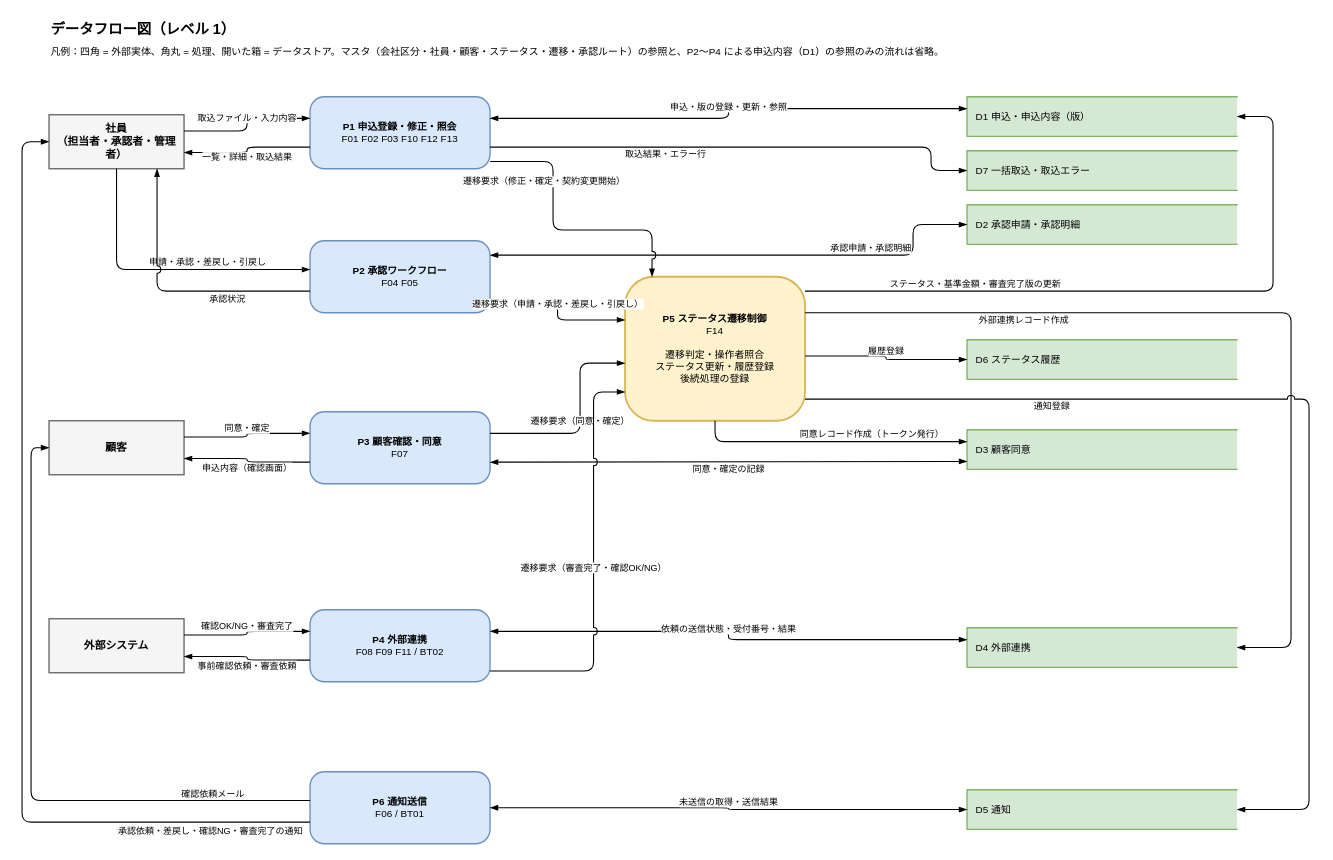
yasudaProduct/JavaServletSample2 keeps this draw.io diagram as docs/diagrams/dfd.drawio. Above is the earlier version. Source tidied: cells renumbered, new cells numbered last; positions are measured from the earlier drawing's top-left corner, leaving out a move shared by most shapes. Both pictures are drawn from the tidied source at 90%, with x=0, y=0 at pixel (22, 15).
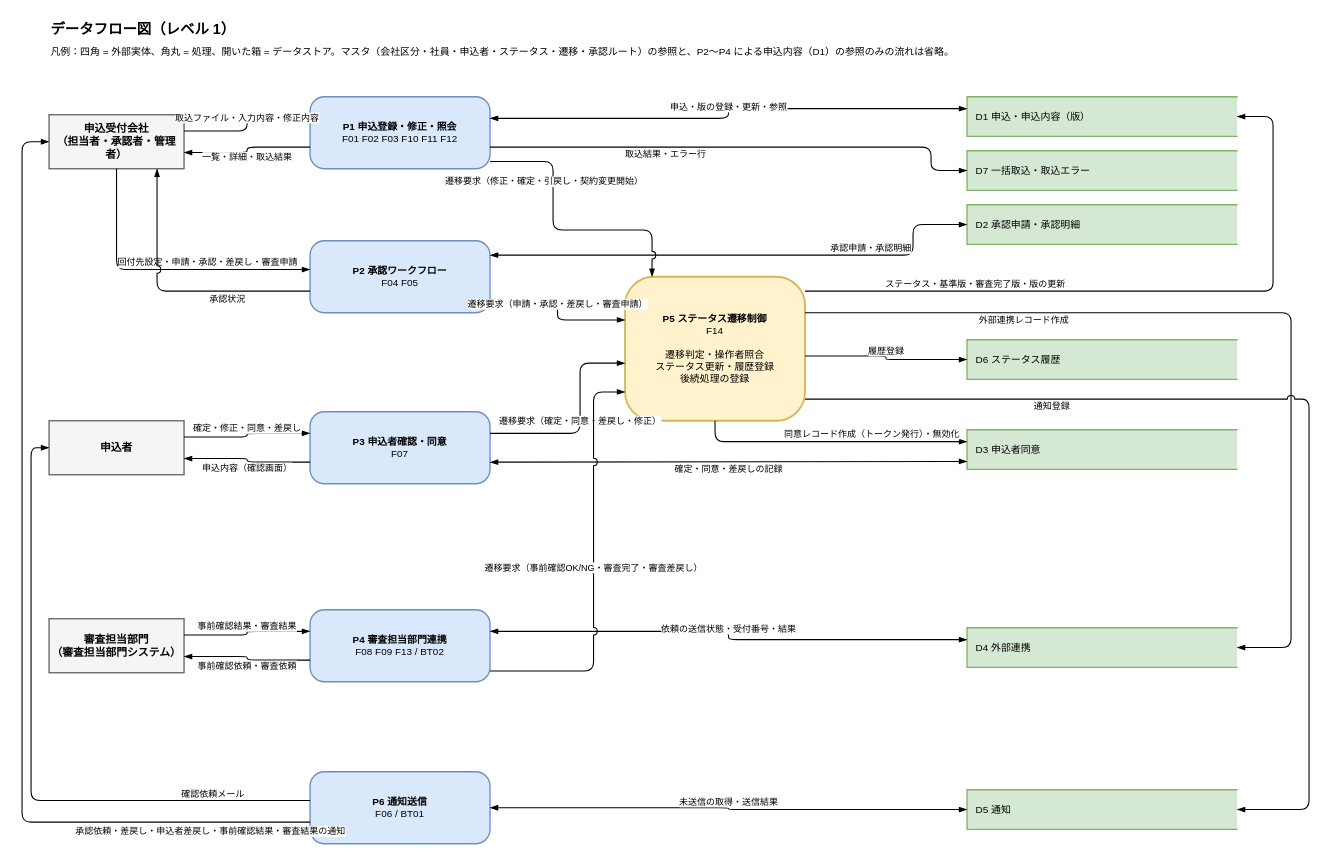
The same page after the edit.

Unchanged cells that the change refers to:
```xml
<mxCell id="8" value="&lt;b&gt;P2 承認ワークフロー&lt;/b&gt;&lt;br&gt;F04 F05" style="rounded=1;whiteSpace=wrap;html=1;fillColor=#dae8fc;strokeColor=#6c8ebf;fontSize=11;strokeWidth=1.5;arcSize=20;" parent="1" vertex="1">
  <mxGeometry x="320" y="250" width="200" height="80" as="geometry" />
</mxCell>
<mxCell id="11" value="&lt;b&gt;P6 通知送信&lt;/b&gt;&lt;br&gt;F06 / BT01" style="rounded=1;whiteSpace=wrap;html=1;fillColor=#dae8fc;strokeColor=#6c8ebf;fontSize=11;strokeWidth=1.5;arcSize=20;" parent="1" vertex="1">
  <mxGeometry x="320" y="840" width="200" height="80" as="geometry" />
</mxCell>
<mxCell id="12" value="&lt;b&gt;P5 ステータス遷移制御&lt;/b&gt;&lt;br&gt;F14&lt;br&gt;&lt;br&gt;遷移判定・操作者照合&lt;br&gt;ステータス更新・履歴登録&lt;br&gt;後続処理の登録" style="rounded=1;whiteSpace=wrap;html=1;fillColor=#fff2cc;strokeColor=#d6b656;fontSize=11;strokeWidth=2;arcSize=20;" parent="1" vertex="1">
  <mxGeometry x="670" y="290" width="200" height="160" as="geometry" />
</mxCell>
<mxCell id="13" value="D1 申込・申込内容（版）" style="shape=partialRectangle;whiteSpace=wrap;html=1;right=0;fillColor=#d5e8d4;strokeColor=#82b366;align=left;spacingLeft=8;fontSize=11;strokeWidth=1.5;" parent="1" vertex="1">
  <mxGeometry x="1050" y="90" width="300" height="44" as="geometry" />
</mxCell>
```

What changed in the source:
```diff
@@
-    <mxCell id="3" value="凡例：四角 = 外部実体、角丸 = 処理、開いた箱 = データストア。マスタ（会社区分・社員・顧客・ステータス・遷移・承認ルート）の参照と、P2〜P4 による申込内容（D1）の参照のみの流れは省略。" style="text;html=1;align=left;verticalAlign=middle;fontSize=11;" parent="1" vertex="1">
+    <mxCell id="3" value="凡例：四角 = 外部実体、角丸 = 処理、開いた箱 = データストア。マスタ（会社区分・社員・申込者・ステータス・遷移・承認ルート）の参照と、P2〜P4 による申込内容（D1）の参照のみの流れは省略。" style="text;html=1;align=left;verticalAlign=middle;fontSize=11;" parent="1" vertex="1">
       <mxGeometry x="30" y="30" width="1300" height="20" as="geometry" />
     </mxCell>
-    <mxCell id="4" value="社員&lt;br&gt;（担当者・承認者・管理者）" style="rounded=0;whiteSpace=wrap;html=1;fillColor=#f5f5f5;strokeColor=#666666;fontStyle=1;fontSize=12;strokeWidth=1.5;" parent="1" vertex="1">
+    <mxCell id="4" value="申込受付会社&lt;br&gt;（担当者・承認者・管理者）" style="rounded=0;whiteSpace=wrap;html=1;fillColor=#f5f5f5;strokeColor=#666666;fontStyle=1;fontSize=12;strokeWidth=1.5;" parent="1" vertex="1">
       <mxGeometry x="30" y="110" width="150" height="60" as="geometry" />
     </mxCell>
-    <mxCell id="5" value="顧客" style="rounded=0;whiteSpace=wrap;html=1;fillColor=#f5f5f5;strokeColor=#666666;fontStyle=1;fontSize=12;strokeWidth=1.5;" parent="1" vertex="1">
+    <mxCell id="5" value="申込者" style="rounded=0;whiteSpace=wrap;html=1;fillColor=#f5f5f5;strokeColor=#666666;fontStyle=1;fontSize=12;strokeWidth=1.5;" parent="1" vertex="1">
       <mxGeometry x="30" y="450" width="150" height="60" as="geometry" />
     </mxCell>
-    <mxCell id="6" value="外部システム" style="rounded=0;whiteSpace=wrap;html=1;fillColor=#f5f5f5;strokeColor=#666666;fontStyle=1;fontSize=12;strokeWidth=1.5;" parent="1" vertex="1">
+    <mxCell id="6" value="審査担当部門&lt;br&gt;（審査担当部門システム）" style="rounded=0;whiteSpace=wrap;html=1;fillColor=#f5f5f5;strokeColor=#666666;fontStyle=1;fontSize=12;strokeWidth=1.5;" parent="1" vertex="1">
       <mxGeometry x="30" y="670" width="150" height="60" as="geometry" />
     </mxCell>
-    <mxCell id="7" value="&lt;b&gt;P1 申込登録・修正・照会&lt;/b&gt;&lt;br&gt;F01 F02 F03 F10 F12 F13" style="rounded=1;whiteSpace=wrap;html=1;fillColor=#dae8fc;strokeColor=#6c8ebf;fontSize=11;strokeWidth=1.5;arcSize=20;" parent="1" vertex="1">
+    <mxCell id="7" value="&lt;b&gt;P1 申込登録・修正・照会&lt;/b&gt;&lt;br&gt;F01 F02 F03 F10 F11 F12" style="rounded=1;whiteSpace=wrap;html=1;fillColor=#dae8fc;strokeColor=#6c8ebf;fontSize=11;strokeWidth=1.5;arcSize=20;" parent="1" vertex="1">
       <mxGeometry x="320" y="90" width="200" height="80" as="geometry" />
     </mxCell>
@@
-    <mxCell id="9" value="&lt;b&gt;P3 顧客確認・同意&lt;/b&gt;&lt;br&gt;F07" style="rounded=1;whiteSpace=wrap;html=1;fillColor=#dae8fc;strokeColor=#6c8ebf;fontSize=11;strokeWidth=1.5;arcSize=20;" parent="1" vertex="1">
+    <mxCell id="9" value="&lt;b&gt;P3 申込者確認・同意&lt;/b&gt;&lt;br&gt;F07" style="rounded=1;whiteSpace=wrap;html=1;fillColor=#dae8fc;strokeColor=#6c8ebf;fontSize=11;strokeWidth=1.5;arcSize=20;" parent="1" vertex="1">
       <mxGeometry x="320" y="440" width="200" height="80" as="geometry" />
     </mxCell>
-    <mxCell id="10" value="&lt;b&gt;P4 外部連携&lt;/b&gt;&lt;br&gt;F08 F09 F11 / BT02" style="rounded=1;whiteSpace=wrap;html=1;fillColor=#dae8fc;strokeColor=#6c8ebf;fontSize=11;strokeWidth=1.5;arcSize=20;" parent="1" vertex="1">
+    <mxCell id="10" value="&lt;b&gt;P4 審査担当部門連携&lt;/b&gt;&lt;br&gt;F08 F09 F13 / BT02" style="rounded=1;whiteSpace=wrap;html=1;fillColor=#dae8fc;strokeColor=#6c8ebf;fontSize=11;strokeWidth=1.5;arcSize=20;" parent="1" vertex="1">
       <mxGeometry x="320" y="660" width="200" height="80" as="geometry" />
     </mxCell>
@@
-    <mxCell id="17" value="D3 顧客同意" style="shape=partialRectangle;whiteSpace=wrap;html=1;right=0;fillColor=#d5e8d4;strokeColor=#82b366;align=left;spacingLeft=8;fontSize=11;strokeWidth=1.5;" parent="1" vertex="1">
+    <mxCell id="17" value="D3 申込者同意" style="shape=partialRectangle;whiteSpace=wrap;html=1;right=0;fillColor=#d5e8d4;strokeColor=#82b366;align=left;spacingLeft=8;fontSize=11;strokeWidth=1.5;" parent="1" vertex="1">
       <mxGeometry x="1050" y="460" width="300" height="44" as="geometry" />
     </mxCell>
@@
-    <mxCell id="20" value="取込ファイル・入力内容" style="edgeStyle=orthogonalEdgeStyle;rounded=1;html=1;fontSize=10;strokeWidth=1.2;endArrow=blockThin;endFill=1;labelBackgroundColor=#ffffff;jumpStyle=arc;jumpSize=8;exitX=1;exitY=0.3;exitDx=0;exitDy=0;entryX=0;entryY=0.3;entryDx=0;entryDy=0;" parent="1" edge="1" source="4" target="7">
+    <mxCell id="20" value="取込ファイル・入力内容・修正内容" style="edgeStyle=orthogonalEdgeStyle;rounded=1;html=1;fontSize=10;strokeWidth=1.2;endArrow=blockThin;endFill=1;labelBackgroundColor=#ffffff;jumpStyle=arc;jumpSize=8;exitX=1;exitY=0.3;exitDx=0;exitDy=0;entryX=0;entryY=0.3;entryDx=0;entryDy=0;" parent="1" edge="1" source="4" target="7">
       <mxGeometry relative="1" as="geometry">
         <mxPoint y="-8" as="offset" />
       </mxGeometry>
     </mxCell>
@@
-    <mxCell id="22" value="申請・承認・差戻し・引戻し" style="edgeStyle=orthogonalEdgeStyle;rounded=1;html=1;fontSize=10;strokeWidth=1.2;endArrow=blockThin;endFill=1;labelBackgroundColor=#ffffff;jumpStyle=arc;jumpSize=8;exitX=0.5;exitY=1;exitDx=0;exitDy=0;entryX=0;entryY=0.4;entryDx=0;entryDy=0;" parent="1" edge="1" source="4" target="8">
+    <mxCell id="22" value="回付先設定・申請・承認・差戻し・審査申請" style="edgeStyle=orthogonalEdgeStyle;rounded=1;html=1;fontSize=10;strokeWidth=1.2;endArrow=blockThin;endFill=1;labelBackgroundColor=#ffffff;jumpStyle=arc;jumpSize=8;exitX=0.5;exitY=1;exitDx=0;exitDy=0;entryX=0;entryY=0.4;entryDx=0;entryDy=0;" parent="1" edge="1" source="4" target="8">
       <mxGeometry x="0.3" relative="1" as="geometry">
         <Array as="points">
           <mxPoint x="105" y="282" />
         </Array>
         <mxPoint y="-8" as="offset" />
       </mxGeometry>
     </mxCell>
@@
-    <mxCell id="24" value="同意・確定" style="edgeStyle=orthogonalEdgeStyle;rounded=1;html=1;fontSize=10;strokeWidth=1.2;endArrow=blockThin;endFill=1;labelBackgroundColor=#ffffff;jumpStyle=arc;jumpSize=8;exitX=1;exitY=0.3;exitDx=0;exitDy=0;entryX=0;entryY=0.3;entryDx=0;entryDy=0;" parent="1" edge="1" source="5" target="9">
+    <mxCell id="24" value="確定・修正・同意・差戻し" style="edgeStyle=orthogonalEdgeStyle;rounded=1;html=1;fontSize=10;strokeWidth=1.2;endArrow=blockThin;endFill=1;labelBackgroundColor=#ffffff;jumpStyle=arc;jumpSize=8;exitX=1;exitY=0.3;exitDx=0;exitDy=0;entryX=0;entryY=0.3;entryDx=0;entryDy=0;" parent="1" edge="1" source="5" target="9">
       <mxGeometry relative="1" as="geometry">
         <mxPoint y="-8" as="offset" />
       </mxGeometry>
     </mxCell>
@@
-    <mxCell id="26" value="確認OK/NG・審査完了" style="edgeStyle=orthogonalEdgeStyle;rounded=1;html=1;fontSize=10;strokeWidth=1.2;endArrow=blockThin;endFill=1;labelBackgroundColor=#ffffff;jumpStyle=arc;jumpSize=8;exitX=1;exitY=0.3;exitDx=0;exitDy=0;entryX=0;entryY=0.3;entryDx=0;entryDy=0;" parent="1" edge="1" source="6" target="10">
+    <mxCell id="26" value="事前確認結果・審査結果" style="edgeStyle=orthogonalEdgeStyle;rounded=1;html=1;fontSize=10;strokeWidth=1.2;endArrow=blockThin;endFill=1;labelBackgroundColor=#ffffff;jumpStyle=arc;jumpSize=8;exitX=1;exitY=0.3;exitDx=0;exitDy=0;entryX=0;entryY=0.3;entryDx=0;entryDy=0;" parent="1" edge="1" source="6" target="10">
       <mxGeometry relative="1" as="geometry">
         <mxPoint y="-8" as="offset" />
       </mxGeometry>
     </mxCell>
@@
-    <mxCell id="29" value="承認依頼・差戻し・確認NG・審査完了の通知" style="edgeStyle=orthogonalEdgeStyle;rounded=1;html=1;fontSize=10;strokeWidth=1.2;endArrow=blockThin;endFill=1;labelBackgroundColor=#ffffff;jumpStyle=arc;jumpSize=8;exitX=0;exitY=0.7;exitDx=0;exitDy=0;entryX=0;entryY=0.5;entryDx=0;entryDy=0;" parent="1" edge="1" source="11" target="4">
+    <mxCell id="29" value="承認依頼・差戻し・申込者差戻し・事前確認結果・審査結果の通知" style="edgeStyle=orthogonalEdgeStyle;rounded=1;html=1;fontSize=10;strokeWidth=1.2;endArrow=blockThin;endFill=1;labelBackgroundColor=#ffffff;jumpStyle=arc;jumpSize=8;exitX=0;exitY=0.7;exitDx=0;exitDy=0;entryX=0;entryY=0.5;entryDx=0;entryDy=0;" parent="1" edge="1" source="11" target="4">
       <mxGeometry x="-0.8" relative="1" as="geometry">
         <Array as="points">
           <mxPoint y="896" />
           <mxPoint y="140" />
         </Array>
         <mxPoint y="10" as="offset" />
       </mxGeometry>
     </mxCell>
@@
-    <mxCell id="33" value="同意・確定の記録" style="edgeStyle=orthogonalEdgeStyle;rounded=1;html=1;fontSize=10;strokeWidth=1.2;endArrow=blockThin;endFill=1;labelBackgroundColor=#ffffff;jumpStyle=arc;jumpSize=8;startArrow=blockThin;startFill=1;exitX=1;exitY=0.7;exitDx=0;exitDy=0;entryX=0;entryY=0.8;entryDx=0;entryDy=0;" parent="1" edge="1" source="9" target="17">
+    <mxCell id="33" value="確定・同意・差戻しの記録" style="edgeStyle=orthogonalEdgeStyle;rounded=1;html=1;fontSize=10;strokeWidth=1.2;endArrow=blockThin;endFill=1;labelBackgroundColor=#ffffff;jumpStyle=arc;jumpSize=8;startArrow=blockThin;startFill=1;exitX=1;exitY=0.7;exitDx=0;exitDy=0;entryX=0;entryY=0.8;entryDx=0;entryDy=0;" parent="1" edge="1" source="9" target="17">
       <mxGeometry relative="1" as="geometry">
         <mxPoint y="8" as="offset" />
       </mxGeometry>
     </mxCell>
@@
-    <mxCell id="36" value="遷移要求（修正・確定・契約変更開始）" style="edgeStyle=orthogonalEdgeStyle;rounded=1;html=1;fontSize=10;strokeWidth=1.2;endArrow=blockThin;endFill=1;labelBackgroundColor=#ffffff;jumpStyle=arc;jumpSize=8;exitX=1;exitY=0.9;exitDx=0;exitDy=0;entryX=0.15;entryY=0;entryDx=0;entryDy=0;" parent="1" edge="1" source="7" target="12">
+    <mxCell id="36" value="遷移要求（修正・確定・引戻し・契約変更開始）" style="edgeStyle=orthogonalEdgeStyle;rounded=1;html=1;fontSize=10;strokeWidth=1.2;endArrow=blockThin;endFill=1;labelBackgroundColor=#ffffff;jumpStyle=arc;jumpSize=8;exitX=1;exitY=0.9;exitDx=0;exitDy=0;entryX=0.15;entryY=0;entryDx=0;entryDy=0;" parent="1" edge="1" source="7" target="12">
       <mxGeometry x="-0.4" relative="1" as="geometry">
         <Array as="points">
           <mxPoint x="590" y="162" />
           <mxPoint x="590" y="238" />
           <mxPoint x="700" y="238" />
         </Array>
         <mxPoint x="-10" as="offset" />
       </mxGeometry>
     </mxCell>
-    <mxCell id="37" value="遷移要求（申請・承認・差戻し・引戻し）" style="edgeStyle=orthogonalEdgeStyle;rounded=1;html=1;fontSize=10;strokeWidth=1.2;endArrow=blockThin;endFill=1;labelBackgroundColor=#ffffff;jumpStyle=arc;jumpSize=8;exitX=1;exitY=0.85;exitDx=0;exitDy=0;entryX=0;entryY=0.3;entryDx=0;entryDy=0;" parent="1" edge="1" source="8" target="12">
+    <mxCell id="37" value="遷移要求（申請・承認・差戻し・審査申請）" style="edgeStyle=orthogonalEdgeStyle;rounded=1;html=1;fontSize=10;strokeWidth=1.2;endArrow=blockThin;endFill=1;labelBackgroundColor=#ffffff;jumpStyle=arc;jumpSize=8;exitX=1;exitY=0.85;exitDx=0;exitDy=0;entryX=0;entryY=0.3;entryDx=0;entryDy=0;" parent="1" edge="1" source="8" target="12">
       <mxGeometry relative="1" as="geometry">
         <mxPoint y="-8" as="offset" />
       </mxGeometry>
     </mxCell>
-    <mxCell id="38" value="遷移要求（同意・確定）" style="edgeStyle=orthogonalEdgeStyle;rounded=1;html=1;fontSize=10;strokeWidth=1.2;endArrow=blockThin;endFill=1;labelBackgroundColor=#ffffff;jumpStyle=arc;jumpSize=8;exitX=1;exitY=0.3;exitDx=0;exitDy=0;entryX=0;entryY=0.6;entryDx=0;entryDy=0;" parent="1" edge="1" source="9" target="12">
+    <mxCell id="38" value="遷移要求（確定・同意・差戻し・修正）" style="edgeStyle=orthogonalEdgeStyle;rounded=1;html=1;fontSize=10;strokeWidth=1.2;endArrow=blockThin;endFill=1;labelBackgroundColor=#ffffff;jumpStyle=arc;jumpSize=8;exitX=1;exitY=0.3;exitDx=0;exitDy=0;entryX=0;entryY=0.6;entryDx=0;entryDy=0;" parent="1" edge="1" source="9" target="12">
       <mxGeometry relative="1" as="geometry">
         <Array as="points">
           <mxPoint x="620" y="464" />
           <mxPoint x="620" y="386" />
         </Array>
       </mxGeometry>
     </mxCell>
-    <mxCell id="39" value="遷移要求（審査完了・確認OK/NG）" style="edgeStyle=orthogonalEdgeStyle;rounded=1;html=1;fontSize=10;strokeWidth=1.2;endArrow=blockThin;endFill=1;labelBackgroundColor=#ffffff;jumpStyle=arc;jumpSize=8;exitX=1;exitY=0.85;exitDx=0;exitDy=0;entryX=0;entryY=0.8;entryDx=0;entryDy=0;" parent="1" edge="1" source="10" target="12">
+    <mxCell id="39" value="遷移要求（事前確認OK/NG・審査完了・審査差戻し）" style="edgeStyle=orthogonalEdgeStyle;rounded=1;html=1;fontSize=10;strokeWidth=1.2;endArrow=blockThin;endFill=1;labelBackgroundColor=#ffffff;jumpStyle=arc;jumpSize=8;exitX=1;exitY=0.85;exitDx=0;exitDy=0;entryX=0;entryY=0.8;entryDx=0;entryDy=0;" parent="1" edge="1" source="10" target="12">
       <mxGeometry relative="1" as="geometry">
         <Array as="points">
           <mxPoint x="635" y="728" />
           <mxPoint x="635" y="418" />
         </Array>
       </mxGeometry>
     </mxCell>
-    <mxCell id="40" value="ステータス・基準金額・審査完了版の更新" style="edgeStyle=orthogonalEdgeStyle;rounded=1;html=1;fontSize=10;strokeWidth=1.2;endArrow=blockThin;endFill=1;labelBackgroundColor=#ffffff;jumpStyle=arc;jumpSize=8;exitX=1;exitY=0.1;exitDx=0;exitDy=0;entryX=1;entryY=0.5;entryDx=0;entryDy=0;" parent="1" edge="1" source="12" target="13">
+    <mxCell id="40" value="ステータス・基準版・審査完了版・版の更新" style="edgeStyle=orthogonalEdgeStyle;rounded=1;html=1;fontSize=10;strokeWidth=1.2;endArrow=blockThin;endFill=1;labelBackgroundColor=#ffffff;jumpStyle=arc;jumpSize=8;exitX=1;exitY=0.1;exitDx=0;exitDy=0;entryX=1;entryY=0.5;entryDx=0;entryDy=0;" parent="1" edge="1" source="12" target="13">
       <mxGeometry x="-0.5" relative="1" as="geometry">
         <Array as="points">
           <mxPoint x="1390" y="306" />
           <mxPoint x="1390" y="112" />
         </Array>
         <mxPoint y="-8" as="offset" />
       </mxGeometry>
     </mxCell>
@@
-    <mxCell id="44" value="同意レコード作成（トークン発行）" style="edgeStyle=orthogonalEdgeStyle;rounded=1;html=1;fontSize=10;strokeWidth=1.2;endArrow=blockThin;endFill=1;labelBackgroundColor=#ffffff;jumpStyle=arc;jumpSize=8;exitX=0.5;exitY=1;exitDx=0;exitDy=0;entryX=0;entryY=0.3;entryDx=0;entryDy=0;" parent="1" edge="1" source="12" target="17">
+    <mxCell id="44" value="同意レコード作成（トークン発行）・無効化" style="edgeStyle=orthogonalEdgeStyle;rounded=1;html=1;fontSize=10;strokeWidth=1.2;endArrow=blockThin;endFill=1;labelBackgroundColor=#ffffff;jumpStyle=arc;jumpSize=8;exitX=0.5;exitY=1;exitDx=0;exitDy=0;entryX=0;entryY=0.3;entryDx=0;entryDy=0;" parent="1" edge="1" source="12" target="17">
       <mxGeometry x="0.3" relative="1" as="geometry">
         <Array as="points">
           <mxPoint x="770" y="473" />
         </Array>
         <mxPoint y="-8" as="offset" />
       </mxGeometry>
     </mxCell>
```
